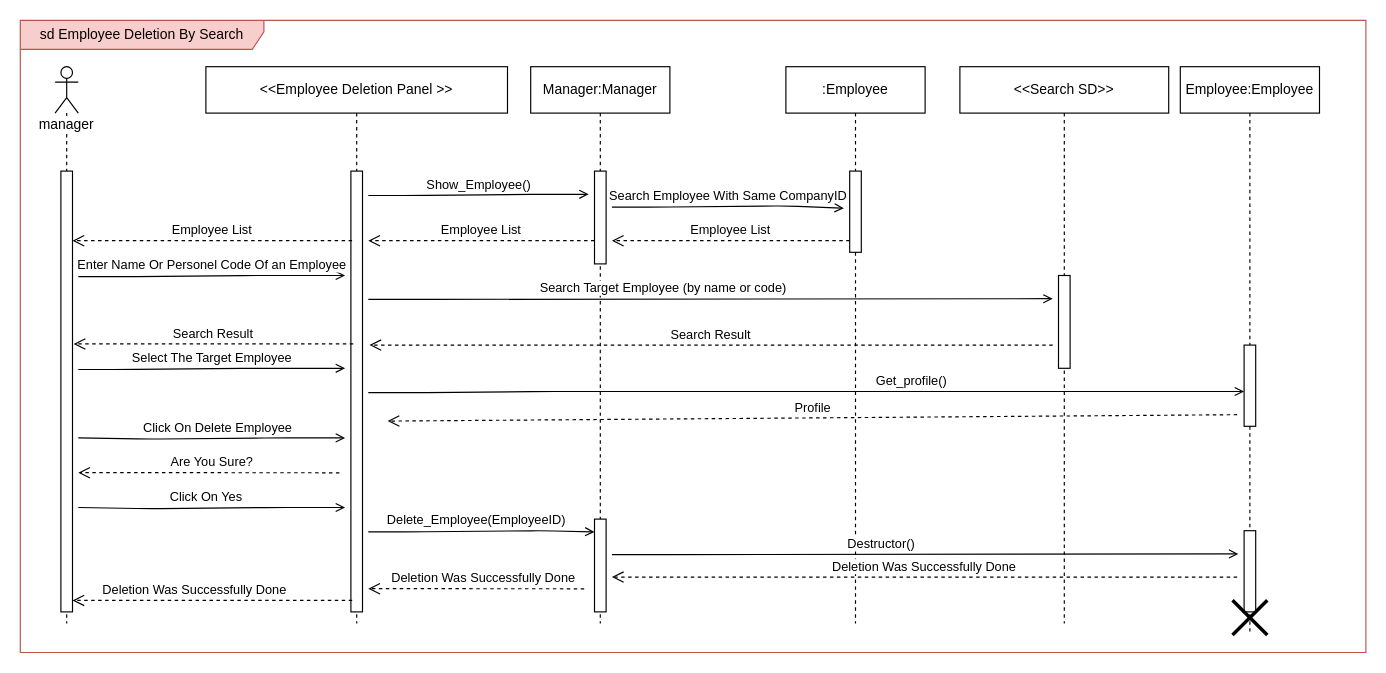
This is page "UserDeletion-SD" (17 of 18) of SequenceDiagram/Middleware_CarBaMaSequenceDiagram.drawio from MelvinMo/CarBaMa_Automotive-Sale-Application, a draw.io file, before an edit. Source tidied: cells renumbered, new cells numbered last; positions are measured from the earlier drawing's top-left corner, leaving out a move shared by most shapes. Both pictures are drawn from the tidied source at 116%, with x=0, y=0 at pixel (20, 20).
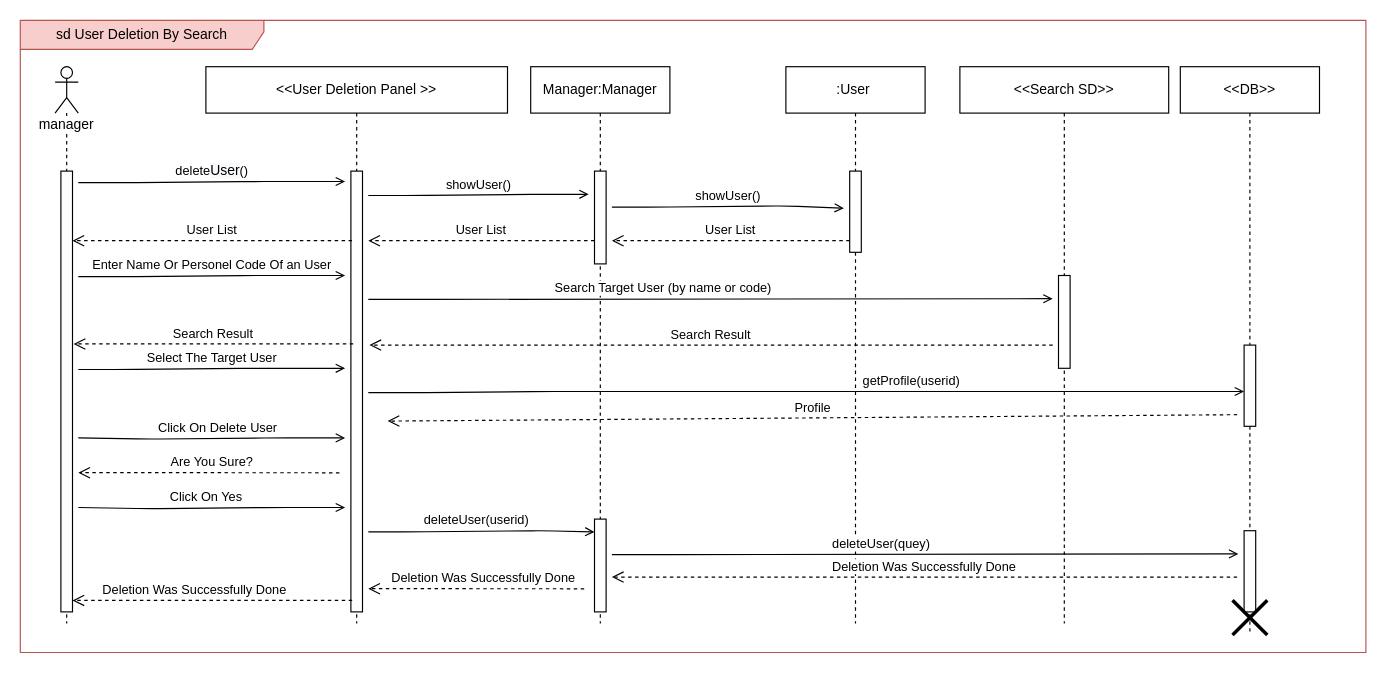
After the change.

Unchanged cells that the change refers to:
```xml
<mxCell id="4" style="html=1;points=[];perimeter=orthogonalPerimeter;" parent="3" vertex="1">
  <mxGeometry x="5" y="90" width="10" height="380" as="geometry" />
</mxCell>
<mxCell id="15" style="html=1;points=[];perimeter=orthogonalPerimeter;" parent="13" vertex="1">
  <mxGeometry x="55" y="390" width="10" height="80" as="geometry" />
</mxCell>
<mxCell id="24" style="html=1;points=[];perimeter=orthogonalPerimeter;" parent="23" vertex="1">
  <mxGeometry x="55" y="240" width="10" height="70" as="geometry" />
</mxCell>
```

The edit, as a diff of the source:
```diff
@@
-    <mxCell id="2" value="sd Employee Deletion By Search" style="shape=umlFrame;whiteSpace=wrap;html=1;width=210;height=25;fillColor=#f8cecc;strokeColor=#b85450;" parent="1" vertex="1">
+    <mxCell id="2" value="sd User Deletion By Search" style="shape=umlFrame;whiteSpace=wrap;html=1;width=210;height=25;fillColor=#f8cecc;strokeColor=#b85450;" parent="1" vertex="1">
       <mxGeometry width="1160" height="545" as="geometry" />
     </mxCell>
@@
-    <mxCell id="5" value="&amp;lt;&amp;lt;Employee Deletion Panel &amp;gt;&amp;gt;" style="shape=umlLifeline;perimeter=lifelinePerimeter;whiteSpace=wrap;html=1;" parent="1" vertex="1">
+    <mxCell id="5" value="&amp;lt;&amp;lt;User&amp;nbsp;Deletion Panel &amp;gt;&amp;gt;" style="shape=umlLifeline;perimeter=lifelinePerimeter;whiteSpace=wrap;html=1;" parent="1" vertex="1">
       <mxGeometry x="160" y="40" width="260" height="480" as="geometry" />
     </mxCell>
@@
+    <mxCell id="38" value="delete&lt;span style=&quot;font-size: 12px; background-color: rgb(248, 249, 250);&quot;&gt;User&lt;/span&gt;()" style="html=1;verticalAlign=bottom;endArrow=open;endFill=0;" parent="5" edge="1">
+      <mxGeometry relative="1" as="geometry">
+        <mxPoint x="-110" y="100" as="sourcePoint" />
+        <mxPoint x="120" y="99" as="targetPoint" />
+        <Array as="points">
+          <mxPoint x="-69.5" y="100" />
+          <mxPoint x="40.5" y="99" />
+        </Array>
+      </mxGeometry>
+    </mxCell>
@@
-    <mxCell id="9" value=":Employee" style="shape=umlLifeline;perimeter=lifelinePerimeter;whiteSpace=wrap;html=1;" parent="1" vertex="1">
+    <mxCell id="9" value=":User&amp;nbsp;" style="shape=umlLifeline;perimeter=lifelinePerimeter;whiteSpace=wrap;html=1;" parent="1" vertex="1">
       <mxGeometry x="660" y="40" width="120" height="480" as="geometry" />
     </mxCell>
@@
-    <mxCell id="12" value="&lt;div&gt;&lt;br&gt;&lt;/div&gt;&lt;div&gt;Get_profile()&lt;br&gt;&lt;/div&gt;" style="html=1;verticalAlign=bottom;endArrow=open;endFill=0;" parent="1" edge="1" target="24">
+    <mxCell id="12" value="&lt;div&gt;&lt;br&gt;&lt;/div&gt;&lt;div&gt;getProfile(userid)&lt;br&gt;&lt;/div&gt;" style="html=1;verticalAlign=bottom;endArrow=open;endFill=0;" parent="1" edge="1" target="24">
       <mxGeometry x="0.24" relative="1" as="geometry">
         <mxPoint x="300" y="321" as="sourcePoint" />
         <Array as="points">
           <mxPoint x="340.5" y="321" />
           <mxPoint x="450.5" y="320" />
         </Array>
       </mxGeometry>
     </mxCell>
@@
-    <mxCell id="16" value="Show_Employee()" style="html=1;verticalAlign=bottom;endArrow=open;endFill=0;" parent="1" edge="1">
+    <mxCell id="16" value="showUser()" style="html=1;verticalAlign=bottom;endArrow=open;endFill=0;" parent="1" edge="1">
       <mxGeometry relative="1" as="geometry">
         <mxPoint x="300" y="151" as="sourcePoint" />
         <mxPoint x="490" y="150" as="targetPoint" />
         <Array as="points">
           <mxPoint x="340.5" y="151" />
           <mxPoint x="450.5" y="150" />
         </Array>
       </mxGeometry>
     </mxCell>
-    <mxCell id="17" value="Search Employee With Same CompanyID" style="html=1;verticalAlign=bottom;endArrow=open;endFill=0;" parent="1" edge="1">
+    <mxCell id="17" value="showUser()" style="html=1;verticalAlign=bottom;endArrow=open;endFill=0;" parent="1" edge="1">
       <mxGeometry relative="1" as="geometry">
         <mxPoint x="510" y="161" as="sourcePoint" />
         <mxPoint x="710" y="162" as="targetPoint" />
         <Array as="points">
           <mxPoint x="550.5" y="161" />
           <mxPoint x="660.5" y="160" />
         </Array>
       </mxGeometry>
     </mxCell>
-    <mxCell id="18" value="Employee List" style="html=1;verticalAlign=bottom;endArrow=open;dashed=1;endSize=8;" parent="1" edge="1">
+    <mxCell id="18" value="User List" style="html=1;verticalAlign=bottom;endArrow=open;dashed=1;endSize=8;" parent="1" edge="1">
       <mxGeometry relative="1" as="geometry">
         <mxPoint x="715" y="190" as="sourcePoint" />
         <mxPoint x="510" y="190" as="targetPoint" />
       </mxGeometry>
     </mxCell>
-    <mxCell id="19" value="Employee List" style="html=1;verticalAlign=bottom;endArrow=open;dashed=1;endSize=8;" parent="1" edge="1">
+    <mxCell id="19" value="User List" style="html=1;verticalAlign=bottom;endArrow=open;dashed=1;endSize=8;" parent="1" edge="1">
       <mxGeometry relative="1" as="geometry">
         <mxPoint x="495" y="190" as="sourcePoint" />
         <mxPoint x="300" y="190" as="targetPoint" />
       </mxGeometry>
     </mxCell>
-    <mxCell id="20" value="&lt;div&gt;Enter Name Or Personel Code Of an Employee&lt;br&gt;&lt;/div&gt;" style="html=1;verticalAlign=bottom;endArrow=open;endFill=0;" parent="1" edge="1">
+    <mxCell id="20" value="&lt;div&gt;Enter Name Or Personel Code Of an User&lt;br&gt;&lt;/div&gt;" style="html=1;verticalAlign=bottom;endArrow=open;endFill=0;" parent="1" edge="1">
       <mxGeometry relative="1" as="geometry">
         <mxPoint x="50" y="221" as="sourcePoint" />
         <mxPoint x="280" y="220" as="targetPoint" />
         <Array as="points">
           <mxPoint x="90.5" y="221" />
           <mxPoint x="200.5" y="220" />
         </Array>
       </mxGeometry>
     </mxCell>
-    <mxCell id="21" value="Search Target Employee (by name or code)" style="html=1;verticalAlign=bottom;endArrow=open;endFill=0;" parent="1" edge="1">
+    <mxCell id="21" value="Search Target User (by name or code)" style="html=1;verticalAlign=bottom;endArrow=open;endFill=0;" parent="1" edge="1">
       <mxGeometry x="-0.14" relative="1" as="geometry">
         <mxPoint x="300" y="240.6" as="sourcePoint" />
         <mxPoint x="890" y="240" as="targetPoint" />
         <Array as="points">
           <mxPoint x="340.5" y="240.6" />
         </Array>
       </mxGeometry>
     </mxCell>
-    <mxCell id="22" value="&lt;div&gt;Select The Target Employee&lt;br&gt;&lt;/div&gt;" style="html=1;verticalAlign=bottom;endArrow=open;endFill=0;" parent="1" edge="1">
+    <mxCell id="22" value="&lt;div&gt;Select The Target User&lt;br&gt;&lt;/div&gt;" style="html=1;verticalAlign=bottom;endArrow=open;endFill=0;" parent="1" edge="1">
       <mxGeometry relative="1" as="geometry">
         <mxPoint x="50" y="301" as="sourcePoint" />
         <mxPoint x="280" y="300" as="targetPoint" />
         <Array as="points">
           <mxPoint x="90.5" y="301" />
           <mxPoint x="200.5" y="300" />
         </Array>
       </mxGeometry>
     </mxCell>
-    <mxCell id="23" value="Employee:Employee" style="shape=umlLifeline;perimeter=lifelinePerimeter;whiteSpace=wrap;html=1;" parent="1" vertex="1">
+    <mxCell id="23" value="&amp;lt;&amp;lt;DB&amp;gt;&amp;gt;" style="shape=umlLifeline;perimeter=lifelinePerimeter;whiteSpace=wrap;html=1;" parent="1" vertex="1">
       <mxGeometry x="1000" y="40" width="120" height="490" as="geometry" />
     </mxCell>
@@
-    <mxCell id="27" value="Delete_Employee(EmployeeID)" style="html=1;verticalAlign=bottom;endArrow=open;endFill=0;entryX=0;entryY=0.138;entryDx=0;entryDy=0;entryPerimeter=0;" parent="1" edge="1" target="15">
+    <mxCell id="27" value="deleteUser(userid)" style="html=1;verticalAlign=bottom;endArrow=open;endFill=0;entryX=0;entryY=0.138;entryDx=0;entryDy=0;entryPerimeter=0;" parent="1" edge="1" target="15">
       <mxGeometry x="-0.05" y="1" relative="1" as="geometry">
         <mxPoint x="300" y="441" as="sourcePoint" />
         <Array as="points">
           <mxPoint x="340.5" y="441" />
           <mxPoint x="450.5" y="440" />
         </Array>
       </mxGeometry>
     </mxCell>
-    <mxCell id="28" value="Destructor() " style="html=1;verticalAlign=bottom;endArrow=open;endFill=0;" parent="1" edge="1">
+    <mxCell id="28" value="deleteUser(quey)" style="html=1;verticalAlign=bottom;endArrow=open;endFill=0;" parent="1" edge="1">
       <mxGeometry x="-0.14" relative="1" as="geometry">
         <mxPoint x="510" y="460.6" as="sourcePoint" />
         <mxPoint x="1050" y="460" as="targetPoint" />
         <Array as="points">
           <mxPoint x="550.5" y="460.6" />
         </Array>
       </mxGeometry>
     </mxCell>
@@
-    <mxCell id="33" value="Click On Delete Employee" style="html=1;verticalAlign=bottom;endArrow=open;endFill=0;" parent="1" edge="1">
+    <mxCell id="33" value="Click On Delete User" style="html=1;verticalAlign=bottom;endArrow=open;endFill=0;" parent="1" edge="1">
       <mxGeometry x="0.04" relative="1" as="geometry">
         <mxPoint x="50" y="360" as="sourcePoint" />
         <mxPoint x="280" y="360" as="targetPoint" />
         <Array as="points">
           <mxPoint x="110.5" y="361" />
           <mxPoint x="220.5" y="360" />
         </Array>
       </mxGeometry>
     </mxCell>
@@
-    <mxCell id="36" value="Employee List" style="html=1;verticalAlign=bottom;endArrow=open;dashed=1;endSize=8;" parent="1" edge="1" target="4">
+    <mxCell id="36" value="User List" style="html=1;verticalAlign=bottom;endArrow=open;dashed=1;endSize=8;" parent="1" edge="1" target="4">
       <mxGeometry relative="1" as="geometry">
         <mxPoint x="286" y="190" as="sourcePoint" />
       </mxGeometry>
     </mxCell>
```
